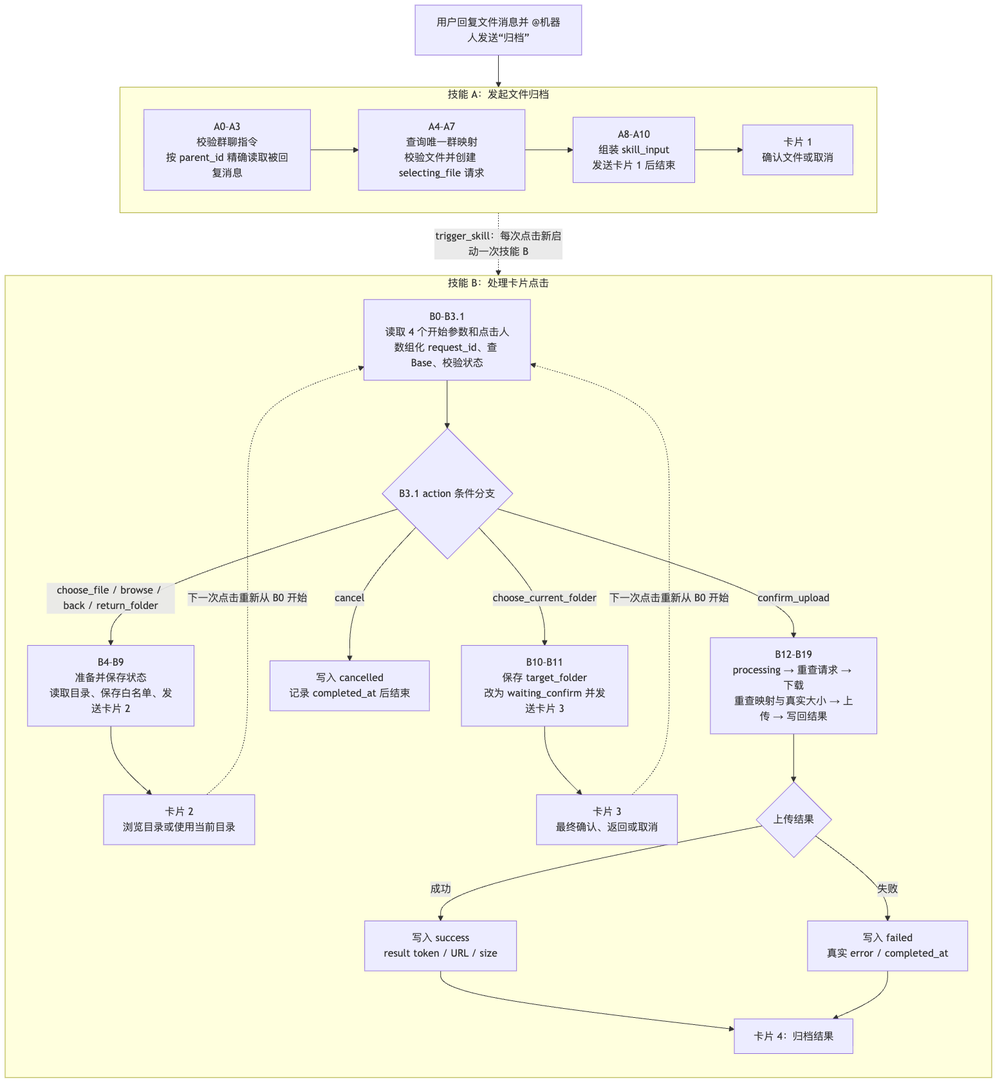
Calvincheng-ops/-aily- keeps this Mermaid diagram as ARCHITECTURE_V2.png. Above is the earlier version. Its source is kept beside it as ARCHITECTURE_V2.mmd.
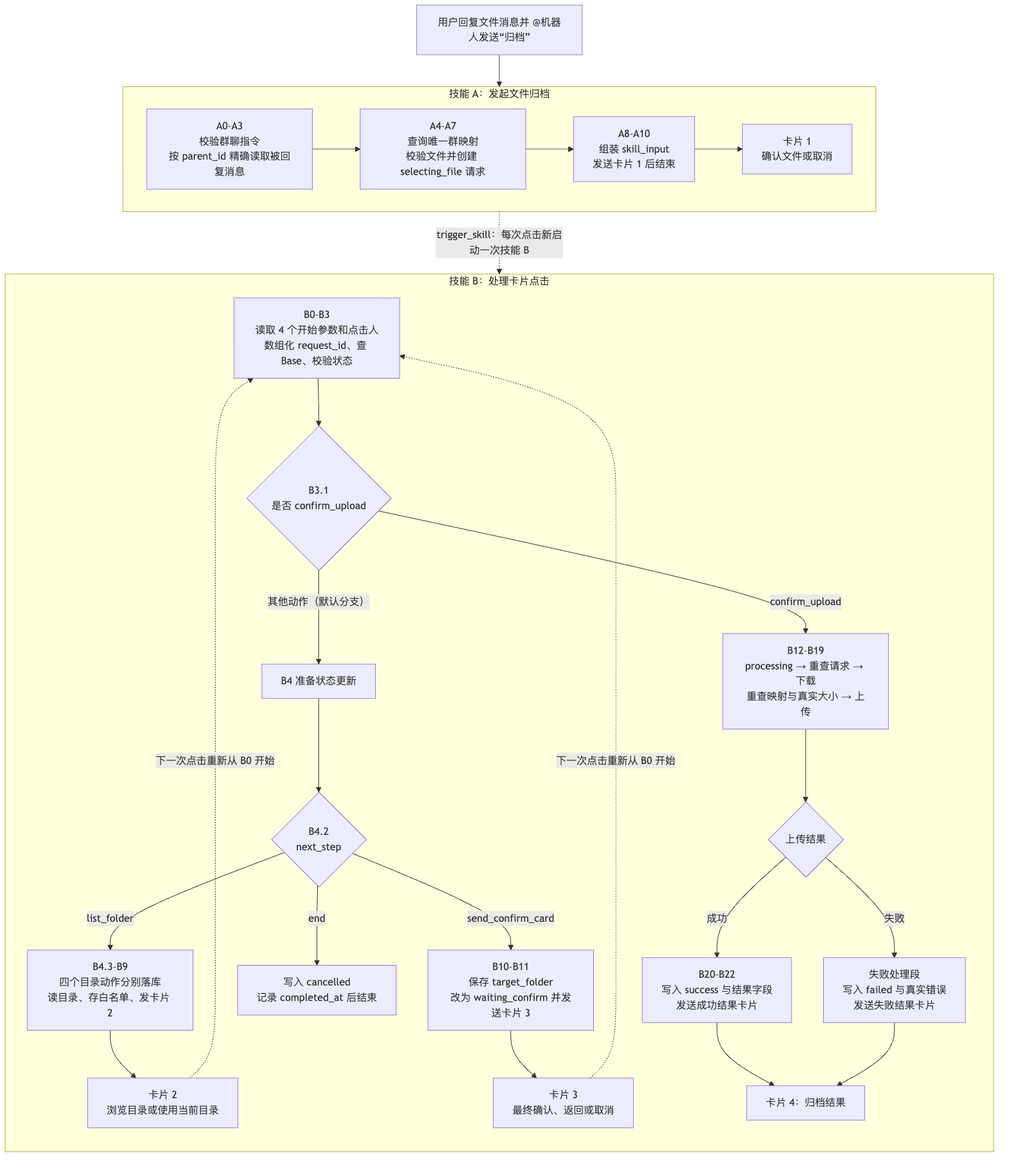
Above is the later version.

Commit message:
docs: record verified aily runtime formats and sync architecture diagram

What changed in the source:
```diff
@@ -15,22 +15,22 @@
 
     subgraph SB["技能 B：处理卡片点击"]
         direction TB
-        B03["B0–B3.1<br/>读取 4 个开始参数和点击人<br/>数组化 request_id、查 Base、校验状态"]
-        ACTION{"B3.1 action 条件分支"}
+        B03["B0–B3<br/>读取 4 个开始参数和点击人<br/>数组化 request_id、查 Base、校验状态"]
+        ACTION{"B3.1<br/>是否 confirm_upload"}
         B03 --> ACTION
 
-        ACTION -->|"choose_file / browse / back / return_folder"| B49["B4–B9<br/>准备并保存状态<br/>读取目录、保存白名单、发送卡片 2"]
+        ACTION -->|"其他动作（默认分支）"| B4["B4 准备状态更新"]
+        B4 --> NEXT{"B4.2<br/>next_step"}
+        NEXT -->|"list_folder"| B49["B4.3–B9<br/>四个目录动作分别落库<br/>读目录、存白名单、发卡片 2"]
         B49 --> C2["卡片 2<br/>浏览目录或使用当前目录"]
+        NEXT -->|"send_confirm_card"| B1011["B10–B11<br/>保存 target_folder<br/>改为 waiting_confirm 并发送卡片 3"]
+        B1011 --> C3["卡片 3<br/>最终确认、返回或取消"]
+        NEXT -->|"end"| BCANCEL["写入 cancelled<br/>记录 completed_at 后结束"]
 
-        ACTION -->|"choose_current_folder"| B1011["B10–B11<br/>保存 target_folder<br/>改为 waiting_confirm 并发送卡片 3"]
-        B1011 --> C3["卡片 3<br/>最终确认、返回或取消"]
-
-        ACTION -->|"cancel"| BCANCEL["写入 cancelled<br/>记录 completed_at 后结束"]
-
-        ACTION -->|"confirm_upload"| B1219["B12–B19<br/>processing → 重查请求 → 下载<br/>重查映射与真实大小 → 上传 → 写回结果"]
+        ACTION -->|"confirm_upload"| B1219["B12–B19<br/>processing → 重查请求 → 下载<br/>重查映射与真实大小 → 上传"]
         B1219 --> RESULT{"上传结果"}
-        RESULT -->|"成功"| BS["写入 success<br/>result token / URL / size"]
-        RESULT -->|"失败"| BF["写入 failed<br/>真实 error / completed_at"]
+        RESULT -->|"成功"| BS["B20–B22<br/>写入 success 与结果字段<br/>发送成功结果卡片"]
+        RESULT -->|"失败"| BF["失败处理段<br/>写入 failed 与真实错误<br/>发送失败结果卡片"]
         BS --> C4["卡片 4：归档结果"]
         BF --> C4
     end
```
